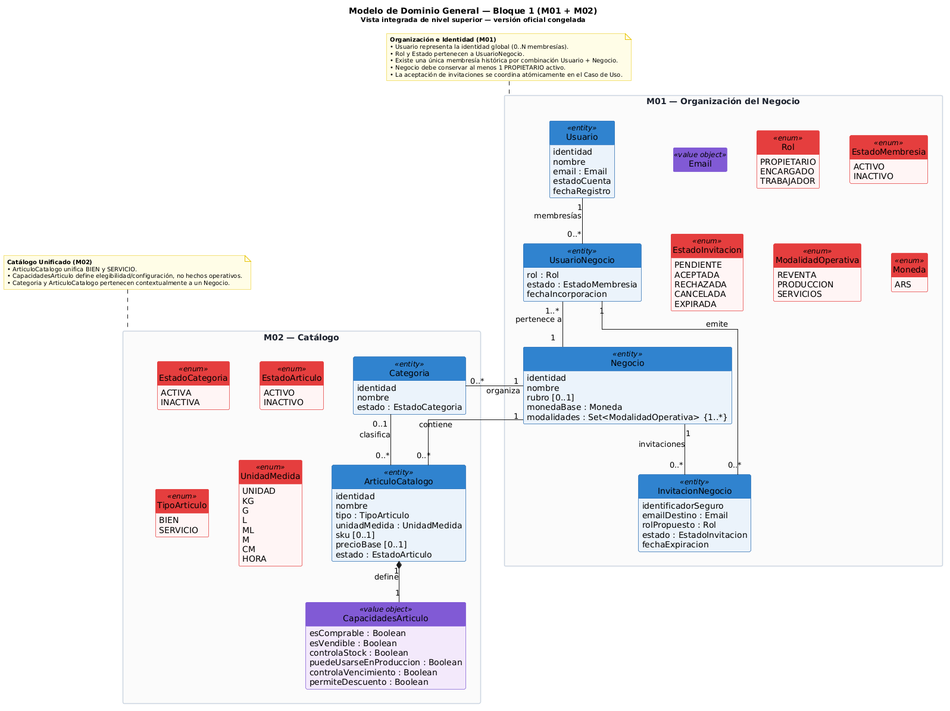
Jorge10192/TP-Programacion2-UNSAM-2C2026 keeps this PlantUML diagram as Proyecto-3-Extendido-Generico/modelo-dominio/bloque-1-fundacion/01-diagrama-general.png. Above is the earlier version.
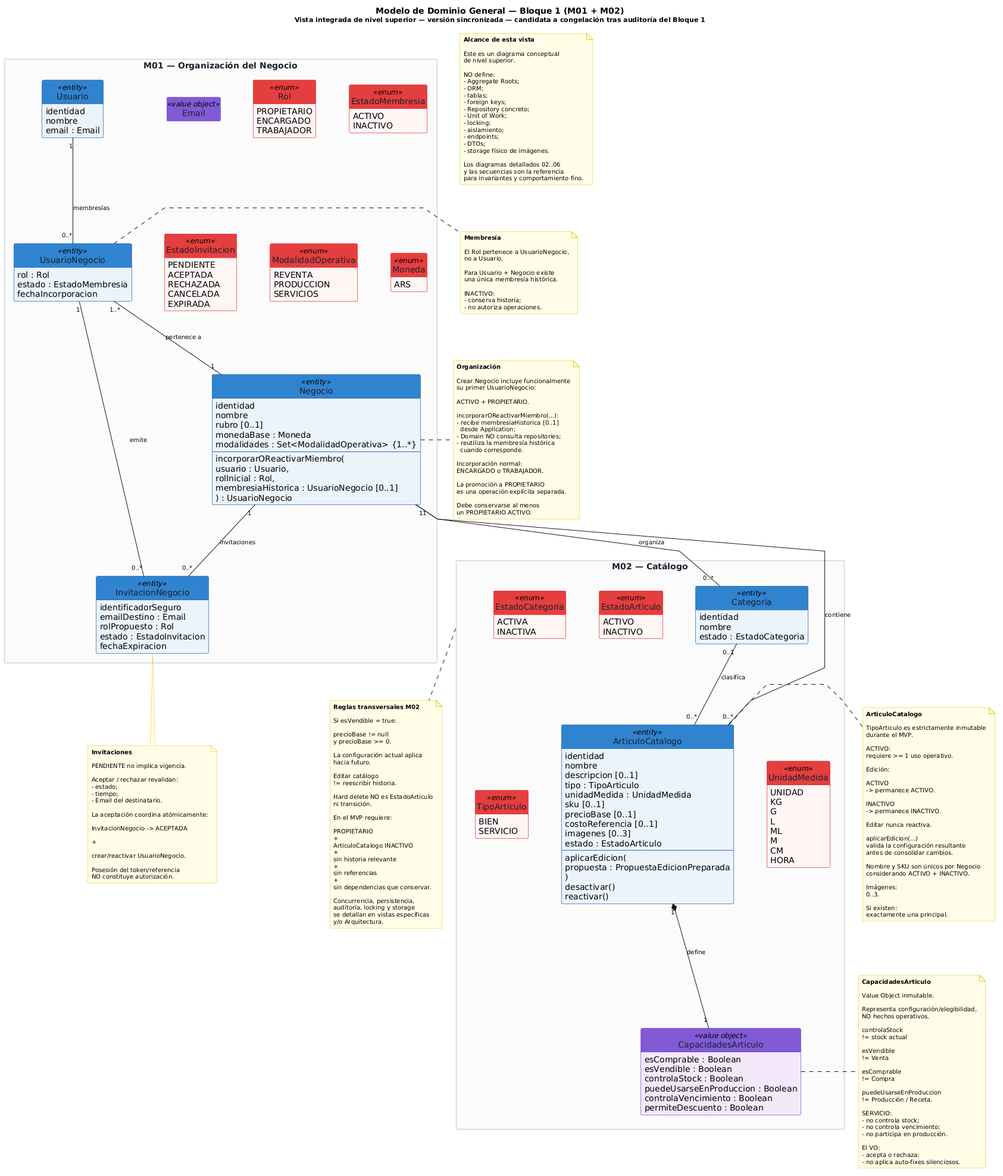
The same diagram one commit later.

Change to the diagram source:
```diff
@@ -1,13 +1,14 @@
 @startuml
-title Modelo de Dominio General — Bloque 1 (M01 + M02)\n<size:11>Vista integrada de nivel superior — versión oficial congelada</size>
+title Modelo de Dominio General — Bloque 1 (M01 + M02)\n<size:11>Vista integrada de nivel superior — versión sincronizada — candidata a congelación tras auditoría del Bloque 1</size>
 
 
 skinparam classAttributeIconSize 0
-skinparam linetype ortho
+skinparam linetype polyline
 skinparam packageStyle rectangle
 skinparam shadowing false
-skinparam nodesep 50
-skinparam ranksep 60
+skinparam nodesep 55
+skinparam ranksep 65
+skinparam ArrowFontSize 10
 
 skinparam noteFontSize 10
 skinparam noteBackgroundColor #FFFDE7
@@ -17,172 +18,391 @@
 hide empty members
 
 skinparam class {
-  BackgroundColor<<entity>> #EBF3FA
-  BorderColor<<entity>> #2B6CB0
-  HeaderBackgroundColor<<entity>> #3182CE
+    BackgroundColor<<entity>> #EBF3FA
+    BorderColor<<entity>> #2B6CB0
+    HeaderBackgroundColor<<entity>> #3182CE
+    FontColor<<entity>> #1A202C
 
-  BackgroundColor<<value object>> #F3E8FA
-  BorderColor<<value object>> #805AD5
-  HeaderBackgroundColor<<value object>> #805AD5
+    BackgroundColor<<value object>> #F3E8FA
+    BorderColor<<value object>> #805AD5
+    HeaderBackgroundColor<<value object>> #805AD5
+    FontColor<<value object>> #1A202C
 
-  BackgroundColor<<enum>> #FFF5F5
-  BorderColor<<enum>> #E53E3E
-  HeaderBackgroundColor<<enum>> #E53E3E
+    BackgroundColor<<enum>> #FFF5F5
+    BorderColor<<enum>> #E53E3E
+    HeaderBackgroundColor<<enum>> #E53E3E
+    FontColor<<enum>> #1A202C
 }
 
 skinparam package {
-  BorderColor #CBD5E0
-  BackgroundColor #FAFAFA
-  FontColor #1A202C
-  FontStyle bold
+    BorderColor #CBD5E0
+    BackgroundColor #FAFAFA
+    FontColor #1A202C
+    FontStyle bold
 }
+
 
 
 package "M01 — Organización del Negocio" as M01 {
 
-  class Usuario <<entity>> {
-    identidad
-    nombre
-    email : Email
-    estadoCuenta
-    fechaRegistro
-  }
+    class Usuario <<entity>> {
+        identidad
+        nombre
+        email : Email
+    }
 
-  class UsuarioNegocio <<entity>> {
-    rol : Rol
-    estado : EstadoMembresia
-    fechaIncorporacion
-  }
 
-  class Negocio <<entity>> {
-    identidad
-    nombre
-    rubro [0..1]
-    monedaBase : Moneda
-    modalidades : Set<ModalidadOperativa> {1..*}
-  }
+    class UsuarioNegocio <<entity>> {
+        rol : Rol
+        estado : EstadoMembresia
+        fechaIncorporacion
+    }
 
-  class InvitacionNegocio <<entity>> {
-    identificadorSeguro
-    emailDestino : Email
-    rolPropuesto : Rol
-    estado : EstadoInvitacion
-    fechaExpiracion
-  }
 
-  class Email <<value object>>
+    class Negocio <<entity>> {
+        identidad
+        nombre
+        rubro [0..1]
+        monedaBase : Moneda
+        modalidades : Set<ModalidadOperativa> {1..*}
+        --
+        incorporarOReactivarMiembro(
+            usuario : Usuario,
+            rolInicial : Rol,
+            membresiaHistorica : UsuarioNegocio [0..1]
+        ) : UsuarioNegocio
+    }
 
-  enum Rol <<enum>> {
-    PROPIETARIO
-    ENCARGADO
-    TRABAJADOR
-  }
 
-  enum EstadoMembresia <<enum>> {
-    ACTIVO
-    INACTIVO
-  }
+    class InvitacionNegocio <<entity>> {
+        identificadorSeguro
+        emailDestino : Email
+        rolPropuesto : Rol
+        estado : EstadoInvitacion
+        fechaExpiracion
+    }
 
-  enum EstadoInvitacion <<enum>> {
-    PENDIENTE
-    ACEPTADA
-    RECHAZADA
-    CANCELADA
-    EXPIRADA
-  }
 
-  enum ModalidadOperativa <<enum>> {
-    REVENTA
-    PRODUCCION
-    SERVICIOS
-  }
+    class Email <<value object>>
 
-  enum Moneda <<enum>> {
-    ARS
-  }
+
+    enum Rol <<enum>> {
+        PROPIETARIO
+        ENCARGADO
+        TRABAJADOR
+    }
+
+
+    enum EstadoMembresia <<enum>> {
+        ACTIVO
+        INACTIVO
+    }
+
+
+    enum EstadoInvitacion <<enum>> {
+        PENDIENTE
+        ACEPTADA
+        RECHAZADA
+        CANCELADA
+        EXPIRADA
+    }
+
+
+    enum ModalidadOperativa <<enum>> {
+        REVENTA
+        PRODUCCION
+        SERVICIOS
+    }
+
+
+    enum Moneda <<enum>> {
+        ARS
+    }
 }
+
 
 
 package "M02 — Catálogo" as M02 {
 
-  class Categoria <<entity>> {
-    identidad
-    nombre
-    estado : EstadoCategoria
-  }
+    class Categoria <<entity>> {
+        identidad
+        nombre
+        estado : EstadoCategoria
+    }
 
-  class ArticuloCatalogo <<entity>> {
-    identidad
-    nombre
-    tipo : TipoArticulo
-    unidadMedida : UnidadMedida
-    sku [0..1]
-    precioBase [0..1]
-    estado : EstadoArticulo
-  }
 
-  class CapacidadesArticulo <<value object>> {
-    esComprable : Boolean
-    esVendible : Boolean
-    controlaStock : Boolean
-    puedeUsarseEnProduccion : Boolean
-    controlaVencimiento : Boolean
-    permiteDescuento : Boolean
-  }
+    class ArticuloCatalogo <<entity>> {
+        identidad
+        nombre
+        descripcion [0..1]
+        tipo : TipoArticulo
+        unidadMedida : UnidadMedida
+        sku [0..1]
+        precioBase [0..1]
+        costoReferencia [0..1]
+        imagenes [0..3]
+        estado : EstadoArticulo
+        --
+        aplicarEdicion(
+            propuesta : PropuestaEdicionPreparada
+        )
+        desactivar()
+        reactivar()
+    }
 
-  enum EstadoCategoria <<enum>> {
-    ACTIVA
-    INACTIVA
-  }
 
-  enum EstadoArticulo <<enum>> {
-    ACTIVO
-    INACTIVO
-  }
+    class CapacidadesArticulo <<value object>> {
+        esComprable : Boolean
+        esVendible : Boolean
+        controlaStock : Boolean
+        puedeUsarseEnProduccion : Boolean
+        controlaVencimiento : Boolean
+        permiteDescuento : Boolean
+    }
 
-  enum TipoArticulo <<enum>> {
-    BIEN
-    SERVICIO
-  }
 
-  enum UnidadMedida <<enum>> {
-    UNIDAD
-    KG
-    G
-    L
-    ML
-    M
-    CM
-    HORA
-  }
+    enum EstadoCategoria <<enum>> {
+        ACTIVA
+        INACTIVA
+    }
+
+
+    enum EstadoArticulo <<enum>> {
+        ACTIVO
+        INACTIVO
+    }
+
+
+    enum TipoArticulo <<enum>> {
+        BIEN
+        SERVICIO
+    }
+
+
+    enum UnidadMedida <<enum>> {
+        UNIDAD
+        KG
+        G
+        L
+        ML
+        M
+        CM
+        HORA
+    }
 }
 
 
+
 Usuario "1" -- "0..*" UsuarioNegocio : membresías
+
 UsuarioNegocio "1..*" -- "1" Negocio : pertenece a
+
 Negocio "1" -- "0..*" InvitacionNegocio : invitaciones
+
 UsuarioNegocio "1" -- "0..*" InvitacionNegocio : emite
 
-Negocio "1" -right- "0..*" Categoria : organiza
-Negocio "1" -right- "0..*" ArticuloCatalogo : contiene
+
+
+Negocio "1" -- "0..*" Categoria : organiza
+
+Negocio "1" -- "0..*" ArticuloCatalogo : contiene
+
+
 
 Categoria "0..1" -- "0..*" ArticuloCatalogo : clasifica
+
 ArticuloCatalogo "1" *-- "1" CapacidadesArticulo : define
 
 
-note top of M01
-  <b>Organización e Identidad (M01)</b>
-  • Usuario representa la identidad global (0..N membresías).
-  • Rol y Estado pertenecen a UsuarioNegocio.
-  • Existe una única membresía histórica por combinación Usuario + Negocio.
-  • Negocio debe conservar al menos 1 PROPIETARIO activo.
-  • La aceptación de invitaciones se coordina atómicamente en el Caso de Uso.
+
+note right of UsuarioNegocio
+    <b>Membresía</b>
+
+    El Rol pertenece a UsuarioNegocio,
+    no a Usuario.
+
+    Para Usuario + Negocio existe
+    una única membresía histórica.
+
+    INACTIVO:
+    - conserva historia;
+    - no autoriza operaciones.
 end note
 
-note top of M02
-  <b>Catálogo Unificado (M02)</b>
-  • ArticuloCatalogo unifica BIEN y SERVICIO.
-  • CapacidadesArticulo define elegibilidad/configuración, no hechos operativos.
-  • Categoria y ArticuloCatalogo pertenecen contextualmente a un Negocio.
+
+note right of Negocio
+    <b>Organización</b>
+
+    Crear Negocio incluye funcionalmente
+    su primer UsuarioNegocio:
+
+    ACTIVO + PROPIETARIO.
+
+    incorporarOReactivarMiembro(...):
+    - recibe membresiaHistorica [0..1]
+      desde Application;
+    - Domain NO consulta repositories;
+    - reutiliza la membresía histórica
+      cuando corresponde.
+
+    Incorporación normal:
+    ENCARGADO o TRABAJADOR.
+
+    La promoción a PROPIETARIO
+    es una operación explícita separada.
+
+    Debe conservarse al menos
+    un PROPIETARIO ACTIVO.
+end note
+
+
+note bottom of InvitacionNegocio
+    <b>Invitaciones</b>
+
+    PENDIENTE no implica vigencia.
+
+    Aceptar / rechazar revalidan:
+    - estado;
+    - tiempo;
+    - Email del destinatario.
+
+    La aceptación coordina atómicamente:
+
+    InvitacionNegocio -> ACEPTADA
+
+    +
+
+    crear/reactivar UsuarioNegocio.
+
+    Posesión del token/referencia
+    NO constituye autorización.
+end note
+
+
+
+note right of ArticuloCatalogo
+    <b>ArticuloCatalogo</b>
+
+    TipoArticulo es estrictamente inmutable
+    durante el MVP.
+
+    ACTIVO:
+    requiere >= 1 uso operativo.
+
+    Edición:
+
+    ACTIVO
+    -> permanece ACTIVO.
+
+    INACTIVO
+    -> permanece INACTIVO.
+
+    Editar nunca reactiva.
+
+    aplicarEdicion(...)
+    valida la configuración resultante
+    antes de consolidar cambios.
+
+    Nombre y SKU son únicos por Negocio
+    considerando ACTIVO + INACTIVO.
+
+    Imágenes:
+    0..3.
+
+    Si existen:
+    exactamente una principal.
+end note
+
+
+note right of CapacidadesArticulo
+    <b>CapacidadesArticulo</b>
+
+    Value Object inmutable.
+
+    Representa configuración/elegibilidad,
+    NO hechos operativos.
+
+    controlaStock
+    != stock actual
+
+    esVendible
+    != Venta
+
+    esComprable
+    != Compra
+
+    puedeUsarseEnProduccion
+    != Producción / Receta.
+
+    SERVICIO:
+    - no controla stock;
+    - no controla vencimiento;
+    - no participa en producción.
+
+    El VO:
+    - acepta o rechaza;
+    - no aplica auto-fixes silenciosos.
+end note
+
+
+note bottom of M02
+    <b>Reglas transversales M02</b>
+
+    Si esVendible = true:
+
+    precioBase != null
+    y precioBase >= 0.
+
+    La configuración actual aplica
+    hacia futuro.
+
+    Editar catálogo
+    != reescribir historia.
+
+    Hard delete NO es EstadoArticulo
+    ni transición.
+
+    En el MVP requiere:
+
+    PROPIETARIO
+    +
+    ArticuloCatalogo INACTIVO
+    +
+    sin historia relevante
+    +
+    sin referencias
+    +
+    sin dependencias que conservar.
+
+    Concurrencia, persistencia,
+    auditoría, locking y storage
+    se detallan en vistas específicas
+    y/o Arquitectura.
+end note
+
+
+
+note as NAlcance
+    <b>Alcance de esta vista</b>
+
+    Este es un diagrama conceptual
+    de nivel superior.
+
+    NO define:
+    - Aggregate Roots;
+    - ORM;
+    - tablas;
+    - foreign keys;
+    - Repository concreto;
+    - Unit of Work;
+    - locking;
+    - aislamiento;
+    - endpoints;
+    - DTOs;
+    - storage físico de imágenes.
+
+    Los diagramas detallados 02..06
+    y las secuencias son la referencia
+    para invariantes y comportamiento fino.
 end note
 @enduml
```
